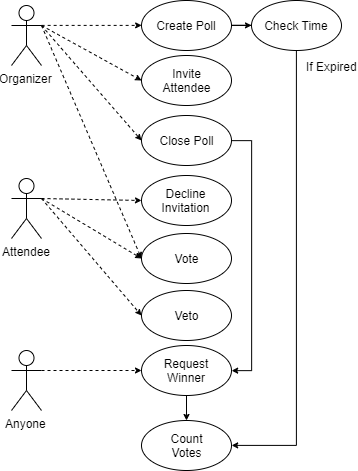
Before: lab-01/report/figures/use_case.png, a diagram exported from draw.io (PeterVanNostrand/CSE426). Source tidied: cells renumbered, new cells last; positions are measured from the earlier drawing's top-left corner, leaving out a move shared by most shapes.
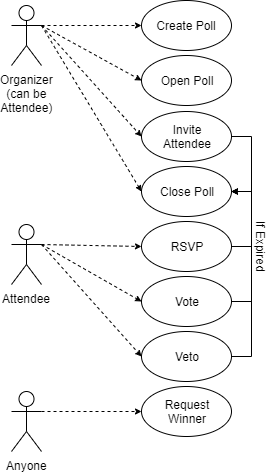
The same diagram one commit later.

The edit, as a diff of the source:
```diff
@@ -8,13 +8,13 @@
     <mxCell id="3" style="rounded=0;jettySize=auto;html=1;exitX=1;exitY=0.3333333333333333;exitDx=0;exitDy=0;exitPerimeter=0;entryX=0;entryY=0.5;entryDx=0;entryDy=0;dashed=1;endSize=4;" parent="1" edge="1" source="6" target="16">
       <mxGeometry relative="1" as="geometry" />
     </mxCell>
-    <mxCell id="4" style="edgeStyle=none;rounded=0;jettySize=auto;html=1;exitX=1;exitY=0.3333333333333333;exitDx=0;exitDy=0;exitPerimeter=0;entryX=0;entryY=0.5;entryDx=0;entryDy=0;dashed=1;endSize=4;" parent="1" edge="1" source="6" target="18">
-      <mxGeometry relative="1" as="geometry" />
-    </mxCell>
     <mxCell id="5" style="edgeStyle=none;rounded=0;jettySize=auto;html=1;exitX=1;exitY=0.3333333333333333;exitDx=0;exitDy=0;exitPerimeter=0;entryX=0;entryY=0.5;entryDx=0;entryDy=0;dashed=1;endArrow=classic;endFill=1;endSize=4;" parent="1" edge="1" source="6" target="21">
       <mxGeometry relative="1" as="geometry" />
     </mxCell>
+    <mxCell id="27" style="rounded=0;jettySize=auto;html=1;exitX=1;exitY=0.3333333333333333;exitDx=0;exitDy=0;exitPerimeter=0;entryX=0;entryY=0.5;entryDx=0;entryDy=0;dashed=1;endSize=4;startSize=4;" parent="1" edge="1" source="6" target="15">
+      <mxGeometry relative="1" as="geometry" />
+    </mxCell>
-    <mxCell id="6" value="Organizer" style="shape=umlActor;verticalLabelPosition=bottom;labelBackgroundColor=#ffffff;verticalAlign=top;html=1;outlineConnect=0;" parent="1" vertex="1">
+    <mxCell id="6" value="Organizer&lt;br&gt;(can be&lt;br&gt;Attendee)" style="shape=umlActor;verticalLabelPosition=bottom;labelBackgroundColor=#ffffff;verticalAlign=top;html=1;outlineConnect=0;" parent="1" vertex="1">
       <mxGeometry y="5" width="30" height="60" as="geometry" />
     </mxCell>
     <mxCell id="7" style="edgeStyle=none;rounded=0;jettySize=auto;html=1;exitX=1;exitY=0.3333333333333333;exitDx=0;exitDy=0;exitPerimeter=0;entryX=0;entryY=0.5;entryDx=0;entryDy=0;dashed=1;endSize=4;endArrow=classic;endFill=1;" parent="1" edge="1" source="10" target="17">
@@ -27,57 +27,54 @@
       <mxGeometry relative="1" as="geometry" />
     </mxCell>
     <mxCell id="10" value="Attendee" style="shape=umlActor;verticalLabelPosition=bottom;labelBackgroundColor=#ffffff;verticalAlign=top;html=1;outlineConnect=0;" parent="1" vertex="1">
-      <mxGeometry y="178" width="30" height="60" as="geometry" />
+      <mxGeometry y="224" width="30" height="60" as="geometry" />
     </mxCell>
-    <mxCell id="11" style="edgeStyle=orthogonalEdgeStyle;rounded=0;jettySize=auto;html=1;endArrow=classic;endFill=1;endSize=4;" parent="1" edge="1" source="12" target="15">
-      <mxGeometry relative="1" as="geometry" />
-    </mxCell>
     <mxCell id="12" value="Create Poll" style="ellipse;whiteSpace=wrap;html=1;" parent="1" vertex="1">
       <mxGeometry x="130" width="90" height="50" as="geometry" />
     </mxCell>
-    <mxCell id="13" style="edgeStyle=orthogonalEdgeStyle;rounded=0;jettySize=auto;html=1;exitX=0.5;exitY=1;exitDx=0;exitDy=0;entryX=1;entryY=0.5;entryDx=0;entryDy=0;endArrow=classic;endFill=1;endSize=4;" parent="1" edge="1" source="15" target="26">
-      <mxGeometry relative="1" as="geometry" />
-    </mxCell>
+    <mxCell id="15" value="Open Poll" style="ellipse;whiteSpace=wrap;html=1;" parent="1" vertex="1">
+      <mxGeometry x="130" y="55" width="90" height="50" as="geometry" />
+    </mxCell>
+    <mxCell id="28" style="edgeStyle=orthogonalEdgeStyle;rounded=0;jettySize=auto;html=1;exitX=1;exitY=0.5;exitDx=0;exitDy=0;entryX=1;entryY=0.5;entryDx=0;entryDy=0;startSize=4;endSize=4;" parent="1" edge="1" source="16" target="21">
+      <mxGeometry relative="1" as="geometry" />
+    </mxCell>
+    <mxCell id="16" value="Invite&lt;br&gt;Attendee" style="ellipse;whiteSpace=wrap;html=1;" parent="1" vertex="1">
+      <mxGeometry x="130" y="111" width="90" height="50" as="geometry" />
+    </mxCell>
+    <mxCell id="29" style="edgeStyle=orthogonalEdgeStyle;rounded=0;jettySize=auto;html=1;exitX=1;exitY=0.5;exitDx=0;exitDy=0;entryX=1;entryY=0.5;entryDx=0;entryDy=0;startSize=4;endSize=4;" parent="1" edge="1" source="17" target="21">
+      <mxGeometry relative="1" as="geometry" />
+    </mxCell>
+    <mxCell id="17" value="RSVP" style="ellipse;whiteSpace=wrap;html=1;" parent="1" vertex="1">
+      <mxGeometry x="130" y="221" width="90" height="50" as="geometry" />
+    </mxCell>
+    <mxCell id="30" style="edgeStyle=orthogonalEdgeStyle;rounded=0;jettySize=auto;html=1;exitX=1;exitY=0.5;exitDx=0;exitDy=0;entryX=1;entryY=0.5;entryDx=0;entryDy=0;startSize=4;endSize=4;" parent="1" edge="1" source="18" target="21">
+      <mxGeometry relative="1" as="geometry" />
+    </mxCell>
+    <mxCell id="18" value="Vote" style="ellipse;whiteSpace=wrap;html=1;" parent="1" vertex="1">
+      <mxGeometry x="130" y="276" width="90" height="50" as="geometry" />
+    </mxCell>
+    <mxCell id="31" style="edgeStyle=orthogonalEdgeStyle;rounded=0;jettySize=auto;html=1;exitX=1;exitY=0.5;exitDx=0;exitDy=0;entryX=1;entryY=0.5;entryDx=0;entryDy=0;startSize=4;endSize=4;" parent="1" edge="1" source="19" target="21">
+      <mxGeometry relative="1" as="geometry" />
+    </mxCell>
-    <mxCell id="14" value="If Expired" style="text;html=1;align=center;verticalAlign=middle;labelBackgroundColor=#ffffff;spacingTop=0;spacing=2;spacingBottom=0;spacingRight=0;spacingLeft=0;labelBorderColor=none;" parent="13" vertex="1">
-      <mxGeometry x="-0.59" y="-1" relative="1" as="geometry">
-        <mxPoint x="36" y="-78.5" as="offset" />
+    <mxCell id="14" value="If Expired" style="text;html=1;align=center;verticalAlign=middle;labelBackgroundColor=#ffffff;rotation=90;" parent="31" vertex="1">
+      <mxGeometry x="0.49" relative="1" as="geometry">
+        <mxPoint x="10" y="22" as="offset" />
       </mxGeometry>
     </mxCell>
-    <mxCell id="15" value="Check Time" style="ellipse;whiteSpace=wrap;html=1;" parent="1" vertex="1">
-      <mxGeometry x="240" width="90" height="50" as="geometry" />
-    </mxCell>
-    <mxCell id="16" value="Invite&lt;br&gt;Attendee" style="ellipse;whiteSpace=wrap;html=1;" parent="1" vertex="1">
-      <mxGeometry x="130" y="55" width="90" height="50" as="geometry" />
-    </mxCell>
-    <mxCell id="17" value="Decline Invitation" style="ellipse;whiteSpace=wrap;html=1;" parent="1" vertex="1">
-      <mxGeometry x="130" y="175" width="90" height="50" as="geometry" />
-    </mxCell>
-    <mxCell id="18" value="Vote" style="ellipse;whiteSpace=wrap;html=1;" parent="1" vertex="1">
-      <mxGeometry x="130" y="233" width="90" height="50" as="geometry" />
-    </mxCell>
     <mxCell id="19" value="Veto" style="ellipse;whiteSpace=wrap;html=1;" parent="1" vertex="1">
-      <mxGeometry x="130" y="290" width="90" height="50" as="geometry" />
+      <mxGeometry x="130" y="331" width="90" height="50" as="geometry" />
     </mxCell>
-    <mxCell id="20" style="edgeStyle=orthogonalEdgeStyle;rounded=0;jettySize=auto;html=1;exitX=1;exitY=0.5;exitDx=0;exitDy=0;entryX=1;entryY=0.5;entryDx=0;entryDy=0;endArrow=classic;endFill=1;endSize=4;" parent="1" edge="1" source="21" target="25">
-      <mxGeometry relative="1" as="geometry" />
-    </mxCell>
     <mxCell id="21" value="Close Poll" style="ellipse;whiteSpace=wrap;html=1;" parent="1" vertex="1">
-      <mxGeometry x="130" y="115" width="90" height="50" as="geometry" />
+      <mxGeometry x="130" y="166" width="90" height="50" as="geometry" />
     </mxCell>
     <mxCell id="22" style="edgeStyle=none;rounded=0;jettySize=auto;html=1;exitX=1;exitY=0.3333333333333333;exitDx=0;exitDy=0;exitPerimeter=0;entryX=0;entryY=0.5;entryDx=0;entryDy=0;endArrow=classic;endFill=1;endSize=4;dashed=1;" parent="1" edge="1" source="23" target="25">
       <mxGeometry relative="1" as="geometry" />
     </mxCell>
     <mxCell id="23" value="Anyone" style="shape=umlActor;verticalLabelPosition=bottom;labelBackgroundColor=#ffffff;verticalAlign=top;html=1;outlineConnect=0;" parent="1" vertex="1">
-      <mxGeometry y="350" width="30" height="60" as="geometry" />
+      <mxGeometry y="391" width="30" height="60" as="geometry" />
     </mxCell>
-    <mxCell id="24" style="edgeStyle=none;rounded=0;jettySize=auto;html=1;endArrow=classic;endFill=1;endSize=4;" parent="1" edge="1" source="25" target="26">
-      <mxGeometry relative="1" as="geometry" />
-    </mxCell>
     <mxCell id="25" value="Request &lt;br&gt;Winner" style="ellipse;whiteSpace=wrap;html=1;" parent="1" vertex="1">
-      <mxGeometry x="130" y="345" width="90" height="50" as="geometry" />
+      <mxGeometry x="130" y="386" width="90" height="50" as="geometry" />
     </mxCell>
-    <mxCell id="26" value="Count&lt;br&gt;Votes" style="ellipse;whiteSpace=wrap;html=1;" parent="1" vertex="1">
-      <mxGeometry x="130" y="420" width="90" height="50" as="geometry" />
-    </mxCell>
   </root>
 </mxGraphModel>
```
